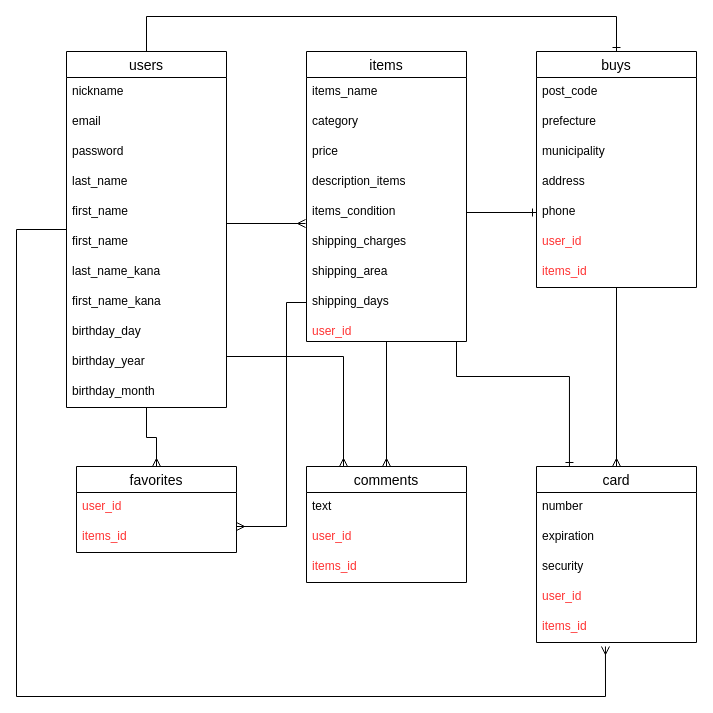
Above: furima.dio in nakadakeisuke/furima-32486 (draw.io), before the change. Source tidied: cells renumbered, new cells numbered last; positions are measured from the earlier drawing's top-left corner, leaving out a move shared by most shapes. Both pictures are drawn from the tidied source at 100%, with x=0, y=0 at pixel (16, 16).
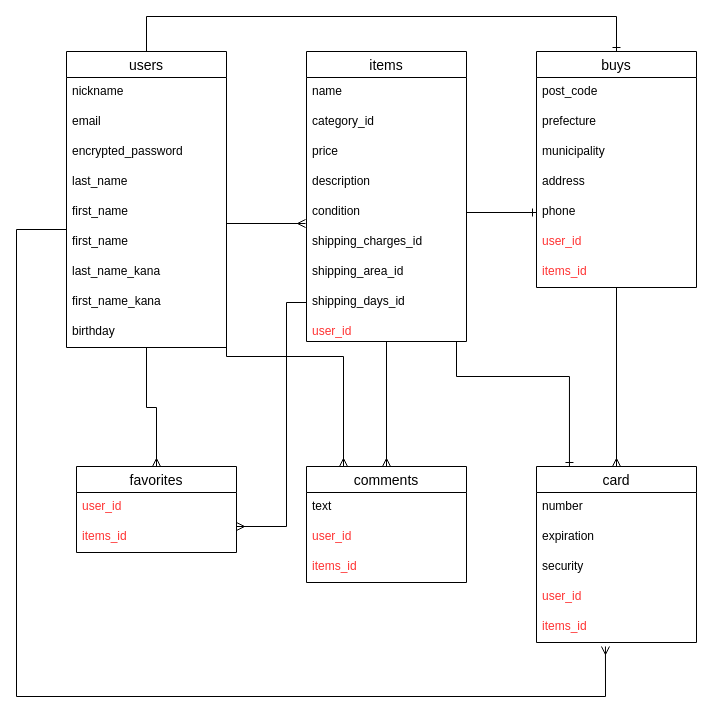
The same page after the edit.

Commit message (it also covers changes not shown here):
ER図、README修正

The change refers to these unchanged cells:
```xml
<mxCell id="18" value="items" style="swimlane;fontStyle=0;horizontal=1;startSize=26;align=center;fontSize=14;fillColor=none;" parent="1" vertex="1">
  <mxGeometry x="290" y="35" width="160" height="290" as="geometry" />
</mxCell>
```

The edit, as a diff of the source:
```diff
@@
     <mxCell id="5" value="users" style="swimlane;fontStyle=0;horizontal=1;startSize=26;align=center;fontSize=14;" parent="1" vertex="1">
-      <mxGeometry x="50" y="35" width="160" height="356" as="geometry" />
+      <mxGeometry x="50" y="35" width="160" height="296" as="geometry" />
     </mxCell>
@@
-    <mxCell id="8" value="password&#10;" style="text;strokeColor=none;fillColor=none;spacingLeft=4;spacingRight=4;overflow=hidden;fontSize=12;" parent="5" vertex="1">
+    <mxCell id="8" value="encrypted_password&#10;" style="text;strokeColor=none;fillColor=none;spacingLeft=4;spacingRight=4;overflow=hidden;fontSize=12;" parent="5" vertex="1">
       <mxGeometry y="86" width="160" height="30" as="geometry" />
     </mxCell>
@@
-    <mxCell id="14" value="birthday_day&#10;" style="text;strokeColor=none;fillColor=none;spacingLeft=4;spacingRight=4;overflow=hidden;fontSize=12;" parent="5" vertex="1">
-      <mxGeometry y="266" width="160" height="30" as="geometry" />
-    </mxCell>
-    <mxCell id="15" value="birthday_year&#10;" style="text;strokeColor=none;fillColor=none;spacingLeft=4;spacingRight=4;overflow=hidden;fontSize=12;" parent="5" vertex="1">
-      <mxGeometry y="296" width="160" height="30" as="geometry" />
+    <mxCell id="15" value="birthday" style="text;strokeColor=none;fillColor=none;spacingLeft=4;spacingRight=4;overflow=hidden;fontSize=12;" parent="5" vertex="1">
+      <mxGeometry y="266" width="160" height="30" as="geometry" />
     </mxCell>
-    <mxCell id="16" value="birthday_month&#10;&#10;" style="text;strokeColor=none;fillColor=none;spacingLeft=4;spacingRight=4;overflow=hidden;fontSize=12;" parent="5" vertex="1">
-      <mxGeometry y="326" width="160" height="30" as="geometry" />
-    </mxCell>
@@
-    <mxCell id="19" value="items_name" style="text;strokeColor=none;fillColor=none;spacingLeft=4;spacingRight=4;overflow=hidden;fontSize=12;" parent="18" vertex="1">
+    <mxCell id="19" value="name" style="text;strokeColor=none;fillColor=none;spacingLeft=4;spacingRight=4;overflow=hidden;fontSize=12;" parent="18" vertex="1">
       <mxGeometry y="26" width="160" height="30" as="geometry" />
     </mxCell>
-    <mxCell id="20" value="category&#10;" style="text;strokeColor=none;fillColor=none;spacingLeft=4;spacingRight=4;overflow=hidden;fontSize=12;" parent="18" vertex="1">
+    <mxCell id="20" value="category_id&#10;" style="text;strokeColor=none;fillColor=none;spacingLeft=4;spacingRight=4;overflow=hidden;fontSize=12;" parent="18" vertex="1">
       <mxGeometry y="56" width="160" height="30" as="geometry" />
     </mxCell>
@@
-    <mxCell id="22" value="description_items" style="text;strokeColor=none;fillColor=none;spacingLeft=4;spacingRight=4;overflow=hidden;fontSize=12;" parent="18" vertex="1">
+    <mxCell id="22" value="description" style="text;strokeColor=none;fillColor=none;spacingLeft=4;spacingRight=4;overflow=hidden;fontSize=12;" parent="18" vertex="1">
       <mxGeometry y="116" width="160" height="30" as="geometry" />
     </mxCell>
-    <mxCell id="23" value="items_condition" style="text;strokeColor=none;fillColor=none;spacingLeft=4;spacingRight=4;overflow=hidden;points=[[0,0.5],[1,0.5]];portConstraint=eastwest;fontSize=12;" parent="18" vertex="1">
+    <mxCell id="23" value="condition" style="text;strokeColor=none;fillColor=none;spacingLeft=4;spacingRight=4;overflow=hidden;points=[[0,0.5],[1,0.5]];portConstraint=eastwest;fontSize=12;" parent="18" vertex="1">
       <mxGeometry y="146" width="160" height="30" as="geometry" />
     </mxCell>
-    <mxCell id="24" value="shipping_charges&#10;" style="text;strokeColor=none;fillColor=none;spacingLeft=4;spacingRight=4;overflow=hidden;fontSize=12;" parent="18" vertex="1">
+    <mxCell id="24" value="shipping_charges_id&#10;&#10;" style="text;strokeColor=none;fillColor=none;spacingLeft=4;spacingRight=4;overflow=hidden;fontSize=12;" parent="18" vertex="1">
       <mxGeometry y="176" width="160" height="30" as="geometry" />
     </mxCell>
-    <mxCell id="25" value="shipping_area&#10;" style="text;strokeColor=none;fillColor=none;spacingLeft=4;spacingRight=4;overflow=hidden;fontSize=12;" parent="18" vertex="1">
+    <mxCell id="25" value="shipping_area_id" style="text;strokeColor=none;fillColor=none;spacingLeft=4;spacingRight=4;overflow=hidden;fontSize=12;" parent="18" vertex="1">
       <mxGeometry y="206" width="160" height="30" as="geometry" />
     </mxCell>
-    <mxCell id="26" value="shipping_days&#10;&#10;" style="text;strokeColor=none;fillColor=none;spacingLeft=4;spacingRight=4;overflow=hidden;points=[[0,0.5],[1,0.5]];portConstraint=eastwest;fontSize=12;" parent="18" vertex="1">
+    <mxCell id="26" value="shipping_days_id&#10;&#10;" style="text;strokeColor=none;fillColor=none;spacingLeft=4;spacingRight=4;overflow=hidden;points=[[0,0.5],[1,0.5]];portConstraint=eastwest;fontSize=12;" parent="18" vertex="1">
       <mxGeometry y="236" width="160" height="30" as="geometry" />
     </mxCell>
```
